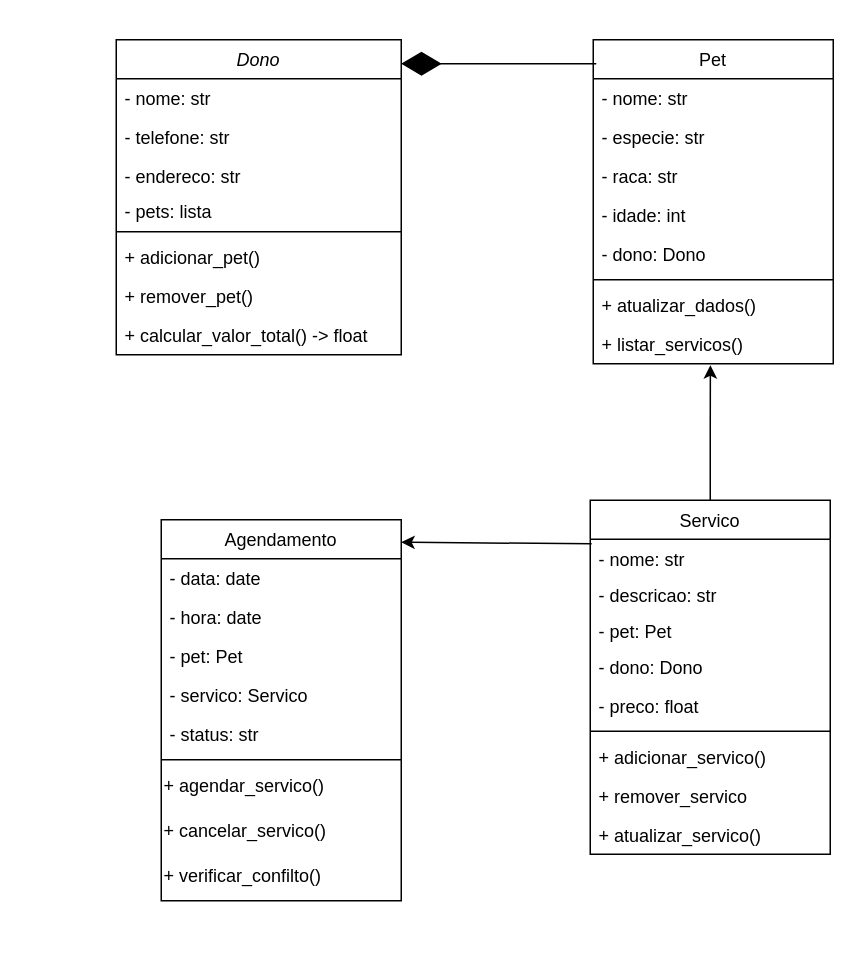
This is UML.drawio from matheussilvano/dsoo-gestao-de-pets, a draw.io file, before an edit. Source tidied: cells renumbered, new cells numbered last; positions are measured from the earlier drawing's top-left corner, leaving out a move shared by most shapes. Both pictures are drawn from the tidied source at 150%, with x=0, y=0 at pixel (116, 39).
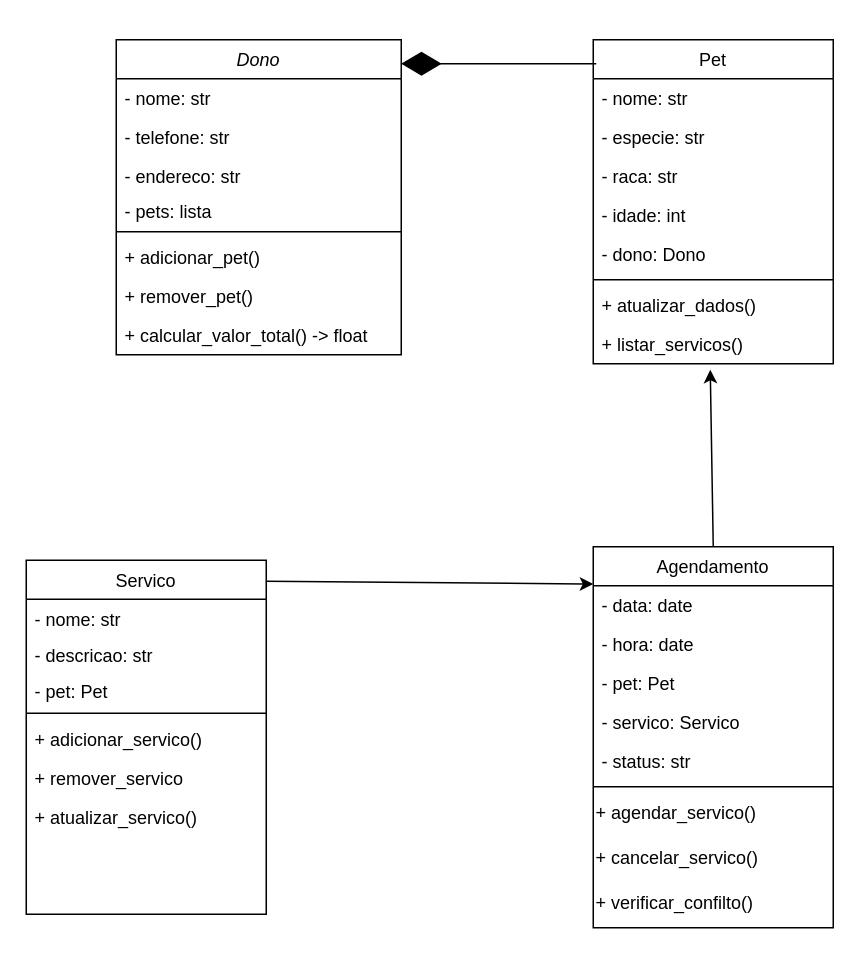
The same diagram, later.

Unchanged cells that the change refers to:
```xml
<mxCell id="40" value="+ listar_servicos()" style="text;align=left;verticalAlign=top;spacingLeft=4;spacingRight=4;overflow=hidden;points=[[0,0.5],[1,0.5]];portConstraint=eastwest;" parent="32" vertex="1">
  <mxGeometry y="190" width="160" height="26" as="geometry" />
</mxCell>
```

Diff of the diagram source:
```diff
@@
-    <mxCell id="11" style="edgeStyle=orthogonalEdgeStyle;rounded=0;jettySize=auto;html=1;entryX=0.488;entryY=1.038;entryDx=0;entryDy=0;entryPerimeter=0;" parent="1" edge="1" source="12" target="40">
-      <mxGeometry relative="1" as="geometry" />
-    </mxCell>
     <mxCell id="12" value="Servico" style="swimlane;fontStyle=0;align=center;verticalAlign=top;horizontal=1;startSize=26;rounded=0;shadow=0;strokeWidth=1;" parent="1" vertex="1">
-      <mxGeometry x="316" y="307" width="160" height="236" as="geometry" />
+      <mxGeometry x="-60" y="347" width="160" height="236" as="geometry" />
     </mxCell>
@@
-    <mxCell id="16" value="- dono: Dono" style="text;align=left;verticalAlign=top;spacingLeft=4;spacingRight=4;overflow=hidden;rounded=0;shadow=0;html=0;" parent="12" vertex="1">
-      <mxGeometry y="98" width="160" height="26" as="geometry" />
-    </mxCell>
-    <mxCell id="17" value="- preco: float" style="text;align=left;verticalAlign=top;spacingLeft=4;spacingRight=4;overflow=hidden;rounded=0;shadow=0;html=0;" parent="12" vertex="1">
-      <mxGeometry y="124" width="160" height="26" as="geometry" />
-    </mxCell>
     <mxCell id="18" style="line;html=1;strokeWidth=1;align=left;verticalAlign=middle;spacingTop=-1;spacingLeft=3;spacingRight=3;labelPosition=right;" parent="12" vertex="1">
-      <mxGeometry y="150" width="160" height="8" as="geometry" />
+      <mxGeometry y="98" width="160" height="8" as="geometry" />
     </mxCell>
     <mxCell id="19" value="+ adicionar_servico()" style="text;align=left;verticalAlign=top;spacingLeft=4;spacingRight=4;overflow=hidden;" parent="12" vertex="1">
-      <mxGeometry y="158" width="160" height="26" as="geometry" />
+      <mxGeometry y="106" width="160" height="26" as="geometry" />
     </mxCell>
     <mxCell id="20" value="+ remover_servico" style="text;align=left;verticalAlign=top;spacingLeft=4;spacingRight=4;overflow=hidden;" parent="12" vertex="1">
-      <mxGeometry y="184" width="160" height="26" as="geometry" />
+      <mxGeometry y="132" width="160" height="26" as="geometry" />
     </mxCell>
     <mxCell id="21" value="+ atualizar_servico()" style="text;align=left;verticalAlign=top;spacingLeft=4;spacingRight=4;overflow=hidden;" parent="12" vertex="1">
-      <mxGeometry y="210" width="160" height="26" as="geometry" />
+      <mxGeometry y="158" width="160" height="26" as="geometry" />
     </mxCell>
     <mxCell id="22" value="Agendamento" style="swimlane;fontStyle=0;align=center;verticalAlign=top;horizontal=1;startSize=26;rounded=0;shadow=0;strokeWidth=1;" parent="1" vertex="1">
-      <mxGeometry x="30" y="320" width="160" height="254" as="geometry" />
+      <mxGeometry x="318" y="338" width="160" height="254" as="geometry" />
     </mxCell>
@@
-    <mxCell id="42" style="endArrow=classic;html=1;rounded=0;entryX=1.006;entryY=0.071;entryDx=0;entryDy=0;entryPerimeter=0;exitX=0.006;exitY=0.123;exitDx=0;exitDy=0;exitPerimeter=0;" parent="1" edge="1" source="12">
-      <mxGeometry relative="1" as="geometry">
-        <mxPoint x="190" y="335" as="targetPoint" />
-      </mxGeometry>
+    <mxCell id="42" style="endArrow=classic;html=1;rounded=0;entryX=0;entryY=0.098;entryDx=0;entryDy=0;entryPerimeter=0;exitX=1;exitY=0.059;exitDx=0;exitDy=0;exitPerimeter=0;" parent="1" edge="1" source="12" target="22">
+      <mxGeometry relative="1" as="geometry" />
     </mxCell>
+    <mxCell id="43" style="endArrow=classic;html=1;rounded=0;exitX=0.5;exitY=0;exitDx=0;exitDy=0;" parent="1" edge="1" source="22">
+      <mxGeometry relative="1" as="geometry">
+        <mxPoint x="396" y="220" as="targetPoint" />
+      </mxGeometry>
+    </mxCell>
```
